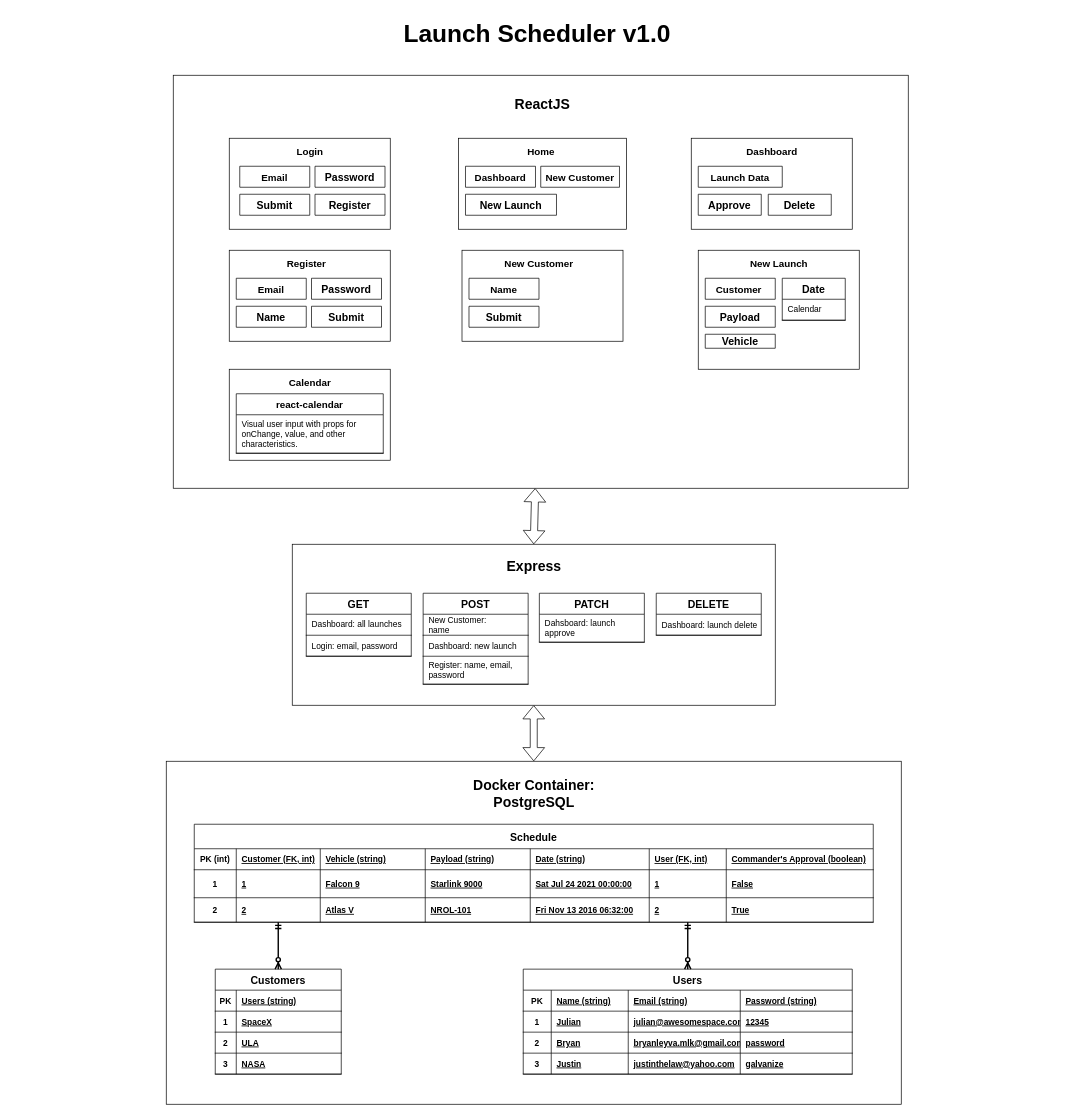
nailuj843/ussf_sdi_project_2 keeps this draw.io diagram as SCHEMA.drawio. Above is the earlier version. Source tidied: cells renumbered, new cells numbered last; positions are measured from the earlier drawing's top-left corner, leaving out a move shared by most shapes. Both pictures are drawn from the tidied source at 70%, with x=0, y=0 at pixel (166, 26).
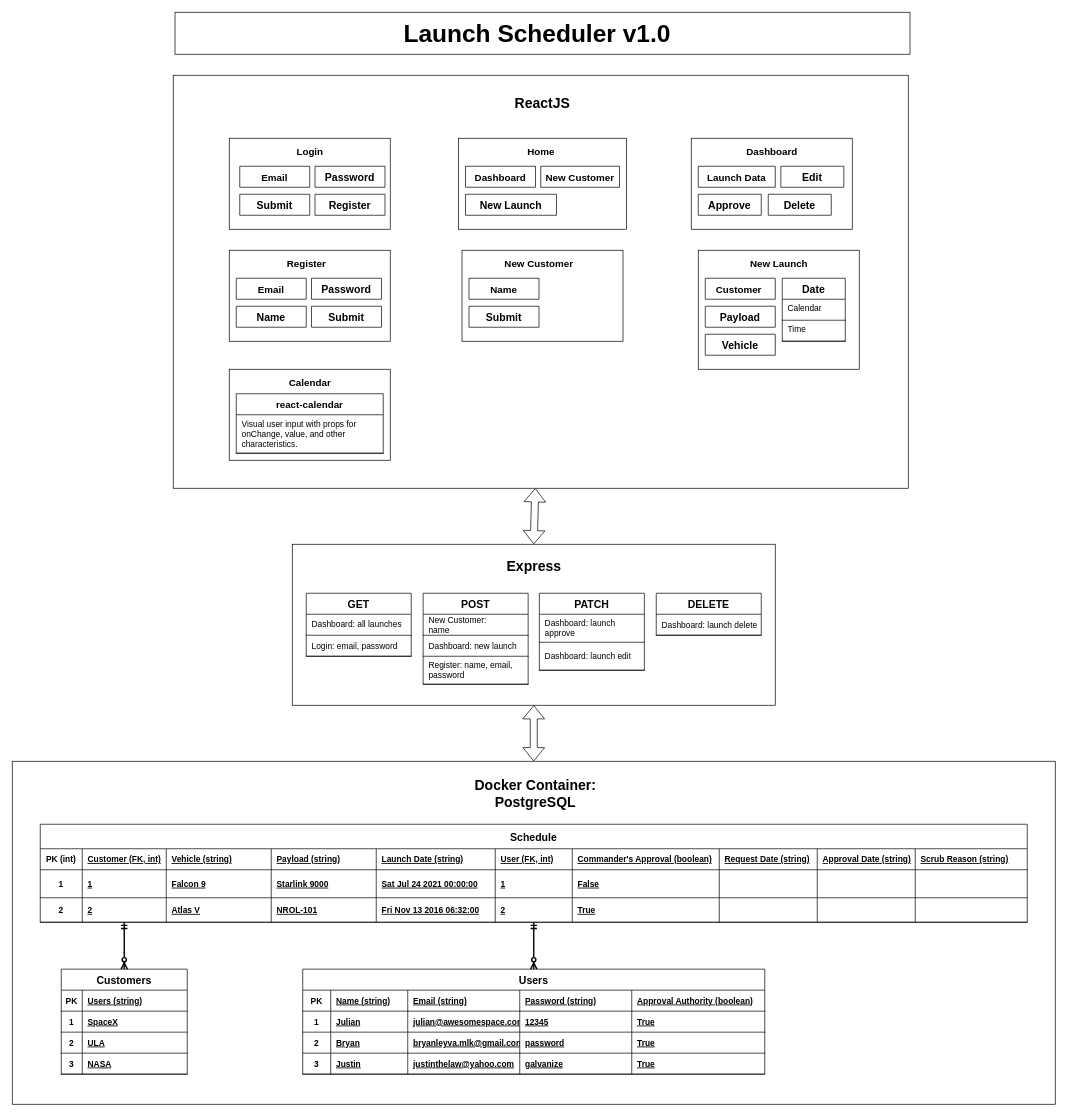
The same diagram, later.

Unchanged cells that the change refers to:
```xml
<mxCell id="83" style="shape=partialRectangle;fillColor=none;top=0;left=0;bottom=1;right=0;" parent="82" vertex="1">
  <mxGeometry y="30" width="150" height="40" as="geometry" />
</mxCell>
<mxCell id="89" style="group;" parent="1" vertex="1">
  <mxGeometry x="750" y="160" width="230" height="130" as="geometry" />
</mxCell>
<mxCell id="125" style="group;" parent="1" vertex="1">
  <mxGeometry x="760" y="320" width="230" height="170" as="geometry" />
</mxCell>
```

Diff of the diagram source:
```diff
@@
+    <mxCell id="136" style="whiteSpace=wrap;html=1;fontSize=15;" parent="1" vertex="1">
+      <mxGeometry x="12.5" y="-20" width="1050" height="60" as="geometry" />
+    </mxCell>
@@
     <mxCell id="3" style="whiteSpace=wrap;html=1;fontSize=15;" parent="1" vertex="1">
-      <mxGeometry y="1050" width="1050" height="490" as="geometry" />
+      <mxGeometry x="-220" y="1050" width="1490" height="490" as="geometry" />
     </mxCell>
@@
     <mxCell id="7" value="Schedule" style="shape=table;startSize=35;childLayout=tableLayout;rowLines=0;fontStyle=1;align=center;fontSize=15;" parent="1" vertex="1">
-      <mxGeometry x="40" y="1140" width="970" height="140" as="geometry" />
+      <mxGeometry x="-180" y="1140" width="1410" height="140" as="geometry" />
     </mxCell>
     <mxCell id="8" style="shape=partialRectangle;fillColor=none;top=0;left=0;bottom=1;right=0;" parent="7" vertex="1">
-      <mxGeometry y="35" width="970" height="30" as="geometry" />
+      <mxGeometry y="35" width="1410" height="30" as="geometry" />
     </mxCell>
@@
-    <mxCell id="13" value="Date (string)" style="shape=partialRectangle;fillColor=none;top=0;left=0;bottom=0;right=0;align=left;spacingLeft=6;fontStyle=5;overflow=hidden;" parent="8" vertex="1">
+    <mxCell id="13" value="Launch Date (string)" style="shape=partialRectangle;fillColor=none;top=0;left=0;bottom=0;right=0;align=left;spacingLeft=6;fontStyle=5;overflow=hidden;" parent="8" vertex="1">
       <mxGeometry x="480" width="170" height="30" as="geometry" />
     </mxCell>
@@
+    <mxCell id="137" value="Request Date (string)" style="shape=partialRectangle;fillColor=none;top=0;left=0;bottom=0;right=0;align=left;spacingLeft=6;fontStyle=5;overflow=hidden;" parent="8" vertex="1">
+      <mxGeometry x="970" width="140" height="30" as="geometry" />
+    </mxCell>
+    <mxCell id="138" value="Approval Date (string)" style="shape=partialRectangle;fillColor=none;top=0;left=0;bottom=0;right=0;align=left;spacingLeft=6;fontStyle=5;overflow=hidden;" parent="8" vertex="1">
+      <mxGeometry x="1110" width="140" height="30" as="geometry" />
+    </mxCell>
+    <mxCell id="139" value="Scrub Reason (string)" style="shape=partialRectangle;fillColor=none;top=0;left=0;bottom=0;right=0;align=left;spacingLeft=6;fontStyle=5;overflow=hidden;" parent="8" vertex="1">
+      <mxGeometry x="1250" width="160" height="30" as="geometry" />
+    </mxCell>
     <mxCell id="16" style="shape=partialRectangle;fillColor=none;top=0;left=0;bottom=1;right=0;" parent="7" vertex="1">
-      <mxGeometry y="65" width="970" height="40" as="geometry" />
+      <mxGeometry y="65" width="1410" height="40" as="geometry" />
     </mxCell>
@@
+    <mxCell id="140" style="shape=partialRectangle;fillColor=none;top=0;left=0;bottom=0;right=0;align=left;spacingLeft=6;fontStyle=5;overflow=hidden;" parent="16" vertex="1">
+      <mxGeometry x="970" width="140" height="40" as="geometry" />
+    </mxCell>
+    <mxCell id="141" style="shape=partialRectangle;fillColor=none;top=0;left=0;bottom=0;right=0;align=left;spacingLeft=6;fontStyle=5;overflow=hidden;" parent="16" vertex="1">
+      <mxGeometry x="1110" width="140" height="40" as="geometry" />
+    </mxCell>
+    <mxCell id="142" style="shape=partialRectangle;fillColor=none;top=0;left=0;bottom=0;right=0;align=left;spacingLeft=6;fontStyle=5;overflow=hidden;" parent="16" vertex="1">
+      <mxGeometry x="1250" width="160" height="40" as="geometry" />
+    </mxCell>
     <mxCell id="24" style="shape=partialRectangle;fillColor=none;top=0;left=0;bottom=1;right=0;" parent="7" vertex="1">
-      <mxGeometry y="105" width="970" height="35" as="geometry" />
+      <mxGeometry y="105" width="1410" height="35" as="geometry" />
     </mxCell>
@@
+    <mxCell id="143" style="shape=partialRectangle;fillColor=none;top=0;left=0;bottom=0;right=0;align=left;spacingLeft=6;fontStyle=5;overflow=hidden;" parent="24" vertex="1">
+      <mxGeometry x="970" width="140" height="35" as="geometry" />
+    </mxCell>
+    <mxCell id="144" style="shape=partialRectangle;fillColor=none;top=0;left=0;bottom=0;right=0;align=left;spacingLeft=6;fontStyle=5;overflow=hidden;" parent="24" vertex="1">
+      <mxGeometry x="1110" width="140" height="35" as="geometry" />
+    </mxCell>
+    <mxCell id="145" style="shape=partialRectangle;fillColor=none;top=0;left=0;bottom=0;right=0;align=left;spacingLeft=6;fontStyle=5;overflow=hidden;" parent="24" vertex="1">
+      <mxGeometry x="1250" width="160" height="35" as="geometry" />
+    </mxCell>
     <mxCell id="32" value="Customers" style="shape=table;startSize=30;childLayout=tableLayout;rowLines=0;fontStyle=1;align=center;fontSize=15;" parent="1" vertex="1">
-      <mxGeometry x="70" y="1347" width="180" height="150" as="geometry" />
+      <mxGeometry x="-150" y="1347" width="180" height="150" as="geometry" />
     </mxCell>
@@
     <mxCell id="45" value="Users" style="shape=table;startSize=30;childLayout=tableLayout;rowLines=0;fontStyle=1;align=center;fontSize=15;" parent="1" vertex="1">
-      <mxGeometry x="510" y="1347" width="470" height="150" as="geometry" />
+      <mxGeometry x="195" y="1347" width="660" height="150" as="geometry" />
     </mxCell>
     <mxCell id="46" style="shape=partialRectangle;fillColor=none;top=0;left=0;bottom=1;right=0;" parent="45" vertex="1">
-      <mxGeometry y="30" width="470" height="30" as="geometry" />
+      <mxGeometry y="30" width="660" height="30" as="geometry" />
     </mxCell>
@@
+    <mxCell id="146" value="Approval Authority (boolean)" style="shape=partialRectangle;fillColor=none;top=0;left=0;bottom=0;right=0;align=left;spacingLeft=6;fontStyle=5;overflow=hidden;" parent="46" vertex="1">
+      <mxGeometry x="470" width="190" height="30" as="geometry" />
+    </mxCell>
     <mxCell id="51" style="shape=partialRectangle;fillColor=none;top=0;left=0;bottom=1;right=0;" parent="45" vertex="1">
-      <mxGeometry y="60" width="470" height="30" as="geometry" />
+      <mxGeometry y="60" width="660" height="30" as="geometry" />
     </mxCell>
@@
+    <mxCell id="147" value="True" style="shape=partialRectangle;fillColor=none;top=0;left=0;bottom=0;right=0;align=left;spacingLeft=6;fontStyle=5;overflow=hidden;" parent="51" vertex="1">
+      <mxGeometry x="470" width="190" height="30" as="geometry" />
+    </mxCell>
     <mxCell id="56" style="shape=partialRectangle;fillColor=none;top=0;left=0;bottom=1;right=0;" parent="45" vertex="1">
-      <mxGeometry y="90" width="470" height="30" as="geometry" />
+      <mxGeometry y="90" width="660" height="30" as="geometry" />
     </mxCell>
@@
+    <mxCell id="148" value="True" style="shape=partialRectangle;fillColor=none;top=0;left=0;bottom=0;right=0;align=left;spacingLeft=6;fontStyle=5;overflow=hidden;" parent="56" vertex="1">
+      <mxGeometry x="470" width="190" height="30" as="geometry" />
+    </mxCell>
     <mxCell id="61" style="shape=partialRectangle;fillColor=none;top=0;left=0;bottom=1;right=0;" parent="45" vertex="1">
-      <mxGeometry y="120" width="470" height="30" as="geometry" />
+      <mxGeometry y="120" width="660" height="30" as="geometry" />
     </mxCell>
@@
+    <mxCell id="149" value="True" style="shape=partialRectangle;fillColor=none;top=0;left=0;bottom=0;right=0;align=left;spacingLeft=6;fontStyle=5;overflow=hidden;" parent="61" vertex="1">
+      <mxGeometry x="470" width="190" height="30" as="geometry" />
+    </mxCell>
     <mxCell id="66" style="endArrow=ERzeroToMany;html=1;startArrow=ERmandOne;startFill=0;endFill=1;jumpSize=7;strokeWidth=2;entryX=0.5;entryY=0;entryDx=0;entryDy=0;labelBackgroundColor=none;" parent="1" edge="1" target="32">
-      <mxGeometry x="70" y="1240" as="geometry">
-        <mxPoint x="160" y="1280" as="sourcePoint" />
+      <mxGeometry x="215" y="1210" as="geometry">
+        <mxPoint x="-60" y="1280" as="sourcePoint" />
       </mxGeometry>
     </mxCell>
     <mxCell id="67" style="endArrow=ERzeroToMany;html=1;startArrow=ERmandOne;startFill=0;endFill=1;jumpSize=7;strokeWidth=2;labelBackgroundColor=none;entryX=0.5;entryY=0;entryDx=0;entryDy=0;" parent="1" edge="1" target="45">
-      <mxGeometry x="70" y="1240" as="geometry">
-        <mxPoint x="745" y="1280" as="sourcePoint" />
+      <mxGeometry x="215" y="1210" as="geometry">
+        <mxPoint x="525" y="1280" as="sourcePoint" />
       </mxGeometry>
     </mxCell>
     <mxCell id="68" value="Docker Container: PostgreSQL" style="text;html=1;strokeColor=none;fillColor=none;align=center;verticalAlign=middle;whiteSpace=wrap;rounded=0;fontSize=20;fontStyle=1;" parent="1" vertex="1">
-      <mxGeometry x="427.5" y="1086" width="195" height="20" as="geometry" />
+      <mxGeometry x="430" y="1086" width="195" height="20" as="geometry" />
     </mxCell>
@@
     <mxCell id="82" value="PATCH" style="shape=table;startSize=30;childLayout=tableLayout;rowLines=0;fontStyle=1;align=center;fontSize=15;" parent="1" vertex="1">
-      <mxGeometry x="533" y="810" width="150" height="70" as="geometry" />
+      <mxGeometry x="533" y="810" width="150" height="110" as="geometry" />
     </mxCell>
@@
-    <mxCell id="84" value="Dahsboard: launch approve" style="shape=partialRectangle;fillColor=none;top=0;left=0;bottom=0;right=0;align=left;spacingLeft=6;fontStyle=0;overflow=hidden;whiteSpace=wrap;" parent="83" vertex="1">
+    <mxCell id="84" value="Dashboard: launch approve" style="shape=partialRectangle;fillColor=none;top=0;left=0;bottom=0;right=0;align=left;spacingLeft=6;fontStyle=0;overflow=hidden;whiteSpace=wrap;" parent="83" vertex="1">
       <mxGeometry width="150" height="40" as="geometry" />
     </mxCell>
+    <mxCell id="150" style="shape=partialRectangle;fillColor=none;top=0;left=0;bottom=1;right=0;" parent="82" vertex="1">
+      <mxGeometry y="70" width="150" height="40" as="geometry" />
+    </mxCell>
+    <mxCell id="151" value="Dashboard: launch edit" style="shape=partialRectangle;fillColor=none;top=0;left=0;bottom=0;right=0;align=left;spacingLeft=6;fontStyle=0;overflow=hidden;whiteSpace=wrap;" parent="150" vertex="1">
+      <mxGeometry width="150" height="40" as="geometry" />
+    </mxCell>
@@
     <mxCell id="91" value="Launch Data" style="shape=table;startSize=30;childLayout=tableLayout;rowLines=0;fontStyle=1;align=center;fontSize=14;" parent="89" vertex="1" collapsed="1">
-      <mxGeometry x="10" y="40" width="120" height="30" as="geometry" />
+      <mxGeometry x="10" y="40" width="110" height="30" as="geometry" />
     </mxCell>
@@
+    <mxCell id="152" value="Edit" style="shape=table;startSize=30;childLayout=tableLayout;rowLines=0;fontStyle=1;align=center;fontSize=15;" parent="89" vertex="1" collapsed="1">
+      <mxGeometry x="128" y="40" width="90" height="30" as="geometry" />
+    </mxCell>
@@
-    <mxCell id="130" value="Vehicle" style="shape=table;startSize=20;childLayout=tableLayout;rowLines=0;fontStyle=1;align=center;fontSize=15;" parent="125" vertex="1" collapsed="1">
-      <mxGeometry x="10" y="120" width="100" height="20" as="geometry" />
+    <mxCell id="130" value="Vehicle" style="shape=table;startSize=30;childLayout=tableLayout;rowLines=0;fontStyle=1;align=center;fontSize=15;" parent="125" vertex="1" collapsed="1">
+      <mxGeometry x="10" y="120" width="100" height="30" as="geometry" />
     </mxCell>
     <mxCell id="131" value="Date" style="shape=table;startSize=30;childLayout=tableLayout;rowLines=0;fontStyle=1;align=center;fontSize=15;" parent="125" vertex="1">
-      <mxGeometry x="120" y="40" width="90" height="60" as="geometry" />
+      <mxGeometry x="120" y="40" width="90" height="90" as="geometry" />
     </mxCell>
@@
+    <mxCell id="153" style="shape=partialRectangle;fillColor=none;top=0;left=0;bottom=1;right=0;" parent="131" vertex="1">
+      <mxGeometry y="60" width="90" height="30" as="geometry" />
+    </mxCell>
+    <mxCell id="154" value="Time" style="shape=partialRectangle;fillColor=none;top=0;left=0;bottom=0;right=0;align=left;spacingLeft=6;fontStyle=0;overflow=hidden;whiteSpace=wrap;verticalAlign=top;" parent="153" vertex="1">
+      <mxGeometry width="90" height="30" as="geometry" />
+    </mxCell>
```
